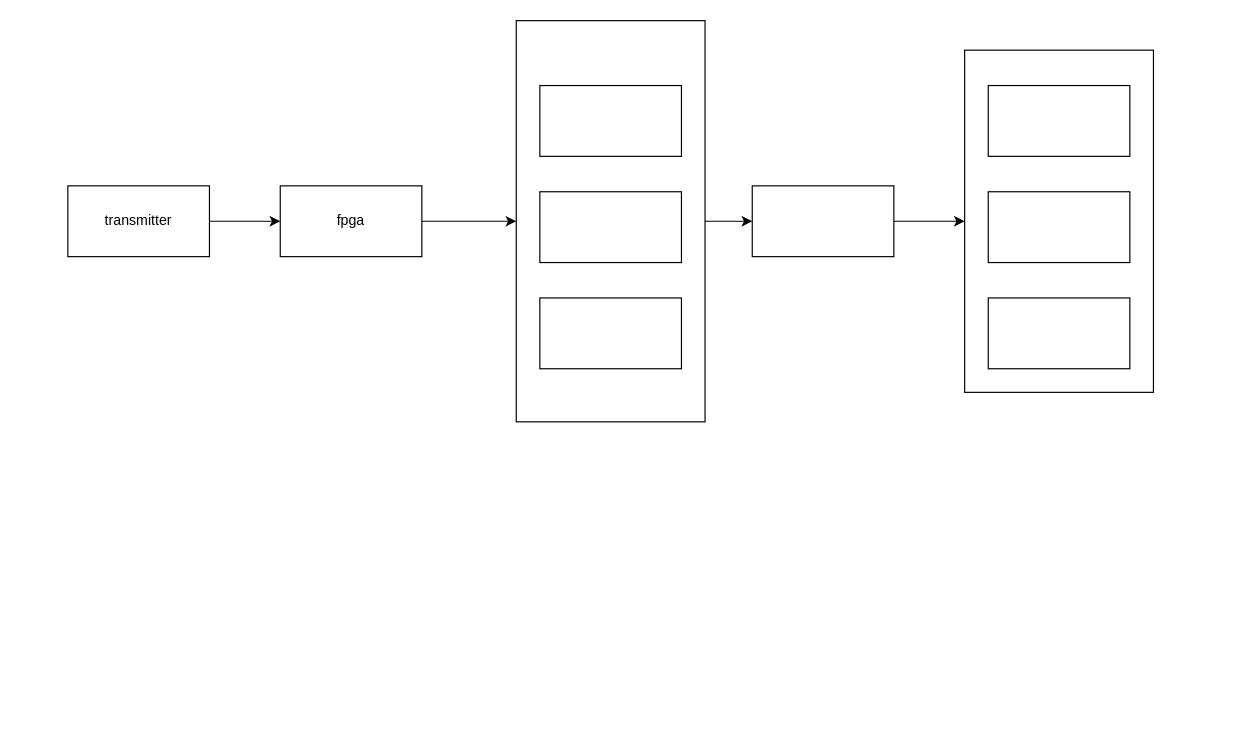
Earlier version of the draw.io diagram SA1.drawio (brilliantnarlo/system-design). Source tidied: cells renumbered, new cells numbered last; positions are measured from the earlier drawing's top-left corner, leaving out a move shared by most shapes. Both pictures are drawn from the tidied source at 118%, with x=0, y=0 at pixel (67, 20).
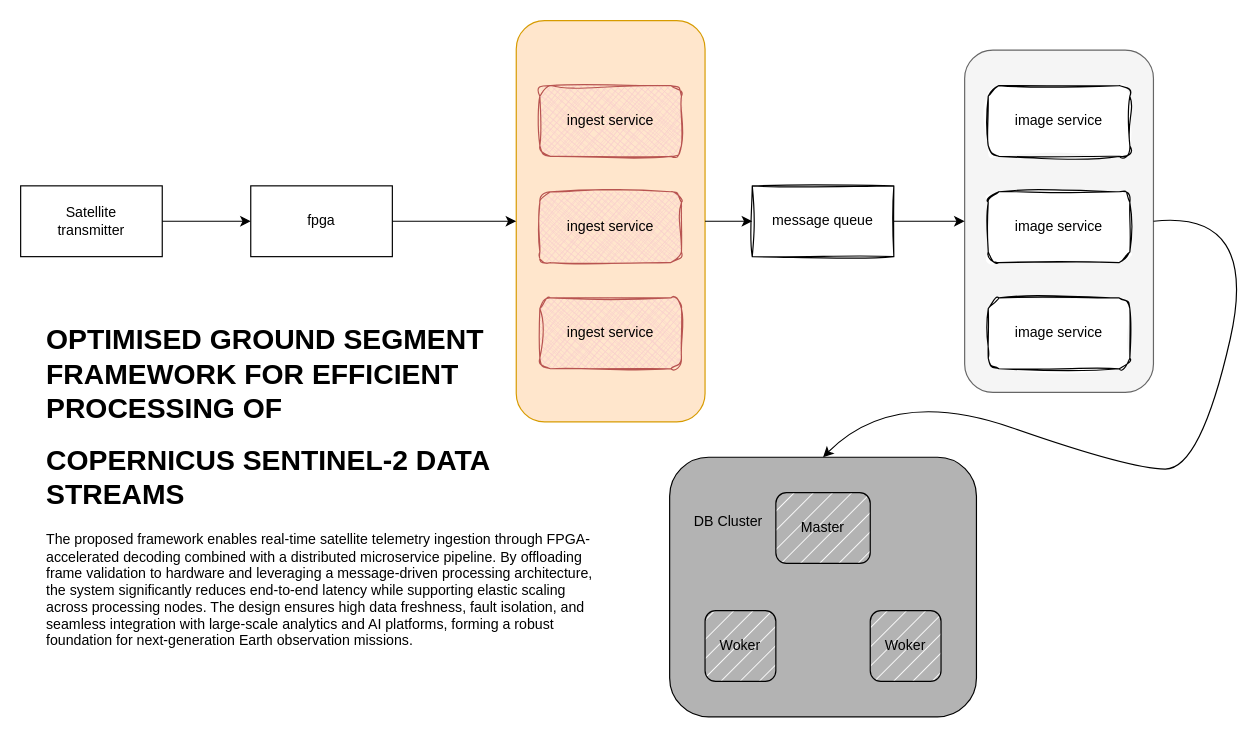
The same diagram, later.

Diff of the diagram source:
```diff
@@
+    <mxCell id="17" style="rounded=1;whiteSpace=wrap;html=1;fillColor=#B3B3B3;" parent="1" vertex="1">
+      <mxGeometry x="510" y="370" width="260" height="220" as="geometry" />
+    </mxCell>
-    <mxCell id="2" style="rounded=0;whiteSpace=wrap;html=1;" parent="1" vertex="1">
+    <mxCell id="2" style="rounded=1;whiteSpace=wrap;html=1;fillColor=#ffe6cc;strokeColor=#d79b00;" parent="1" vertex="1">
       <mxGeometry x="380" width="160" height="340" as="geometry" />
     </mxCell>
-    <mxCell id="3" value="transmitter" style="rounded=0;whiteSpace=wrap;html=1;" parent="1" vertex="1">
-      <mxGeometry y="140" width="120" height="60" as="geometry" />
+    <mxCell id="3" value="Satellite&lt;div&gt;transmitter&lt;/div&gt;" style="rounded=0;whiteSpace=wrap;html=1;" parent="1" vertex="1">
+      <mxGeometry x="-40" y="140" width="120" height="60" as="geometry" />
     </mxCell>
     <mxCell id="4" value="fpga" style="rounded=0;whiteSpace=wrap;html=1;" parent="1" vertex="1">
-      <mxGeometry x="180" y="140" width="120" height="60" as="geometry" />
+      <mxGeometry x="155" y="140" width="120" height="60" as="geometry" />
     </mxCell>
-    <mxCell id="5" style="endArrow=classic;html=1;rounded=0;exitX=1;exitY=0.5;exitDx=0;exitDy=0;entryX=0;entryY=0.5;entryDx=0;entryDy=0;" parent="1" edge="1" source="3" target="4">
+    <mxCell id="5" style="endArrow=classic;html=1;rounded=0;exitX=1;exitY=0.5;exitDx=0;exitDy=0;entryX=0;entryY=0.5;entryDx=0;entryDy=0;flowAnimation=1;" parent="1" edge="1" source="3" target="4">
       <mxGeometry relative="1" as="geometry" />
     </mxCell>
-    <mxCell id="6" style="rounded=0;whiteSpace=wrap;html=1;" parent="1" vertex="1">
+    <mxCell id="6" value="ingest service" style="rounded=1;whiteSpace=wrap;html=1;fillStyle=cross-hatch;strokeColor=#b85450;sketch=1;curveFitting=1;jiggle=2;fillColor=#f8cecc;" parent="1" vertex="1">
       <mxGeometry x="400" y="55" width="120" height="60" as="geometry" />
     </mxCell>
-    <mxCell id="7" style="rounded=0;whiteSpace=wrap;html=1;" parent="1" vertex="1">
+    <mxCell id="7" value="ingest service" style="rounded=1;whiteSpace=wrap;html=1;fillStyle=cross-hatch;strokeColor=#b85450;glass=0;shadow=0;sketch=1;curveFitting=1;jiggle=2;fillColor=#f8cecc;" parent="1" vertex="1">
       <mxGeometry x="400" y="145" width="120" height="60" as="geometry" />
     </mxCell>
-    <mxCell id="8" style="rounded=0;whiteSpace=wrap;html=1;" parent="1" vertex="1">
+    <mxCell id="8" value="ingest service" style="rounded=1;whiteSpace=wrap;html=1;fillStyle=cross-hatch;fillColor=#f8cecc;strokeColor=#b85450;sketch=1;curveFitting=1;jiggle=2;" parent="1" vertex="1">
       <mxGeometry x="400" y="235" width="120" height="60" as="geometry" />
     </mxCell>
-    <mxCell id="9" style="endArrow=classic;html=1;rounded=0;exitX=1;exitY=0.5;exitDx=0;exitDy=0;entryX=0;entryY=0.5;entryDx=0;entryDy=0;" parent="1" edge="1" source="4" target="2">
+    <mxCell id="9" style="endArrow=classic;html=1;rounded=0;exitX=1;exitY=0.5;exitDx=0;exitDy=0;entryX=0;entryY=0.5;entryDx=0;entryDy=0;flowAnimation=1;" parent="1" edge="1" source="4" target="2">
       <mxGeometry relative="1" as="geometry" />
     </mxCell>
-    <mxCell id="10" style="rounded=0;whiteSpace=wrap;html=1;" parent="1" vertex="1">
+    <mxCell id="10" value="message queue" style="rounded=0;whiteSpace=wrap;html=1;sketch=1;curveFitting=1;jiggle=2;glass=0;" parent="1" vertex="1">
       <mxGeometry x="580" y="140" width="120" height="60" as="geometry" />
     </mxCell>
-    <mxCell id="11" style="rounded=0;whiteSpace=wrap;html=1;" parent="1" vertex="1">
+    <mxCell id="11" style="rounded=1;whiteSpace=wrap;html=1;fillColor=#f5f5f5;fontColor=#333333;strokeColor=#666666;" parent="1" vertex="1">
       <mxGeometry x="760" y="25" width="160" height="290" as="geometry" />
     </mxCell>
-    <mxCell id="12" style="rounded=0;whiteSpace=wrap;html=1;" parent="1" vertex="1">
+    <mxCell id="12" value="image service" style="rounded=1;whiteSpace=wrap;html=1;sketch=1;curveFitting=1;jiggle=2;" parent="1" vertex="1">
       <mxGeometry x="780" y="55" width="120" height="60" as="geometry" />
     </mxCell>
-    <mxCell id="13" style="rounded=0;whiteSpace=wrap;html=1;" parent="1" vertex="1">
+    <mxCell id="13" value="image service" style="rounded=1;whiteSpace=wrap;html=1;sketch=1;curveFitting=1;jiggle=2;" parent="1" vertex="1">
       <mxGeometry x="780" y="145" width="120" height="60" as="geometry" />
     </mxCell>
-    <mxCell id="14" style="rounded=0;whiteSpace=wrap;html=1;" parent="1" vertex="1">
+    <mxCell id="14" value="image service" style="rounded=1;whiteSpace=wrap;html=1;sketch=1;curveFitting=1;jiggle=2;" parent="1" vertex="1">
       <mxGeometry x="780" y="235" width="120" height="60" as="geometry" />
     </mxCell>
-    <mxCell id="15" style="endArrow=classic;html=1;rounded=0;exitX=1;exitY=0.5;exitDx=0;exitDy=0;entryX=0;entryY=0.5;entryDx=0;entryDy=0;" parent="1" edge="1" source="2" target="10">
+    <mxCell id="15" style="endArrow=classic;html=1;rounded=0;exitX=1;exitY=0.5;exitDx=0;exitDy=0;entryX=0;entryY=0.5;entryDx=0;entryDy=0;flowAnimation=1;" parent="1" edge="1" source="2" target="10">
       <mxGeometry relative="1" as="geometry" />
     </mxCell>
-    <mxCell id="16" style="endArrow=classic;html=1;rounded=0;exitX=1;exitY=0.5;exitDx=0;exitDy=0;entryX=0;entryY=0.5;entryDx=0;entryDy=0;" parent="1" edge="1" source="10" target="11">
+    <mxCell id="16" style="endArrow=classic;html=1;rounded=0;exitX=1;exitY=0.5;exitDx=0;exitDy=0;entryX=0;entryY=0.5;entryDx=0;entryDy=0;flowAnimation=1;" parent="1" edge="1" source="10" target="11">
       <mxGeometry relative="1" as="geometry" />
     </mxCell>
+    <mxCell id="18" value="Master" style="rounded=1;whiteSpace=wrap;html=1;rotation=0;fillStyle=hatch;" parent="1" vertex="1">
+      <mxGeometry x="600" y="400" width="80" height="60" as="geometry" />
+    </mxCell>
+    <mxCell id="19" value="Woker" style="rounded=1;whiteSpace=wrap;html=1;rotation=0;fillStyle=hatch;" parent="1" vertex="1">
+      <mxGeometry x="540" y="500" width="60" height="60" as="geometry" />
+    </mxCell>
+    <mxCell id="20" value="Woker" style="rounded=1;whiteSpace=wrap;html=1;rotation=0;fillStyle=hatch;" parent="1" vertex="1">
+      <mxGeometry x="680" y="500" width="60" height="60" as="geometry" />
+    </mxCell>
+    <mxCell id="21" value="DB Cluster" style="text;html=1;whiteSpace=wrap;strokeColor=none;fillColor=none;align=center;verticalAlign=middle;rounded=0;" parent="1" vertex="1">
+      <mxGeometry x="530" y="410" width="60" height="30" as="geometry" />
+    </mxCell>
+    <mxCell id="22" style="curved=1;endArrow=classic;html=1;rounded=0;exitX=1;exitY=0.5;exitDx=0;exitDy=0;entryX=0.5;entryY=0;entryDx=0;entryDy=0;flowAnimation=1;" parent="1" edge="1" source="11" target="17">
+      <mxGeometry relative="1" as="geometry">
+        <Array as="points">
+          <mxPoint x="1010" y="160" />
+          <mxPoint x="960" y="380" />
+          <mxPoint x="900" y="380" />
+          <mxPoint x="700" y="310" />
+        </Array>
+      </mxGeometry>
+    </mxCell>
+    <mxCell id="23" value="&lt;h1 style=&quot;margin-top: 0px;&quot;&gt;OPTIMISED GROUND SEGMENT FRAMEWORK FOR EFFICIENT PROCESSING OF&lt;/h1&gt;&lt;h1 style=&quot;margin-top: 0px;&quot;&gt;COPERNICUS SENTINEL-2 DATA STREAMS&lt;/h1&gt;&lt;p&gt;The proposed framework enables real-time satellite telemetry ingestion through FPGA-accelerated decoding combined with a distributed microservice pipeline. By offloading frame validation to hardware and leveraging a message-driven processing architecture, the system significantly reduces end-to-end latency while supporting elastic scaling across processing nodes. The design ensures high data freshness, fault isolation, and seamless integration with large-scale analytics and AI platforms, forming a robust foundation for next-generation Earth observation missions.&lt;/p&gt;" style="text;html=1;whiteSpace=wrap;overflow=hidden;rounded=0;" parent="1" vertex="1">
+      <mxGeometry x="-20" y="250" width="470" height="310" as="geometry" />
+    </mxCell>
```
